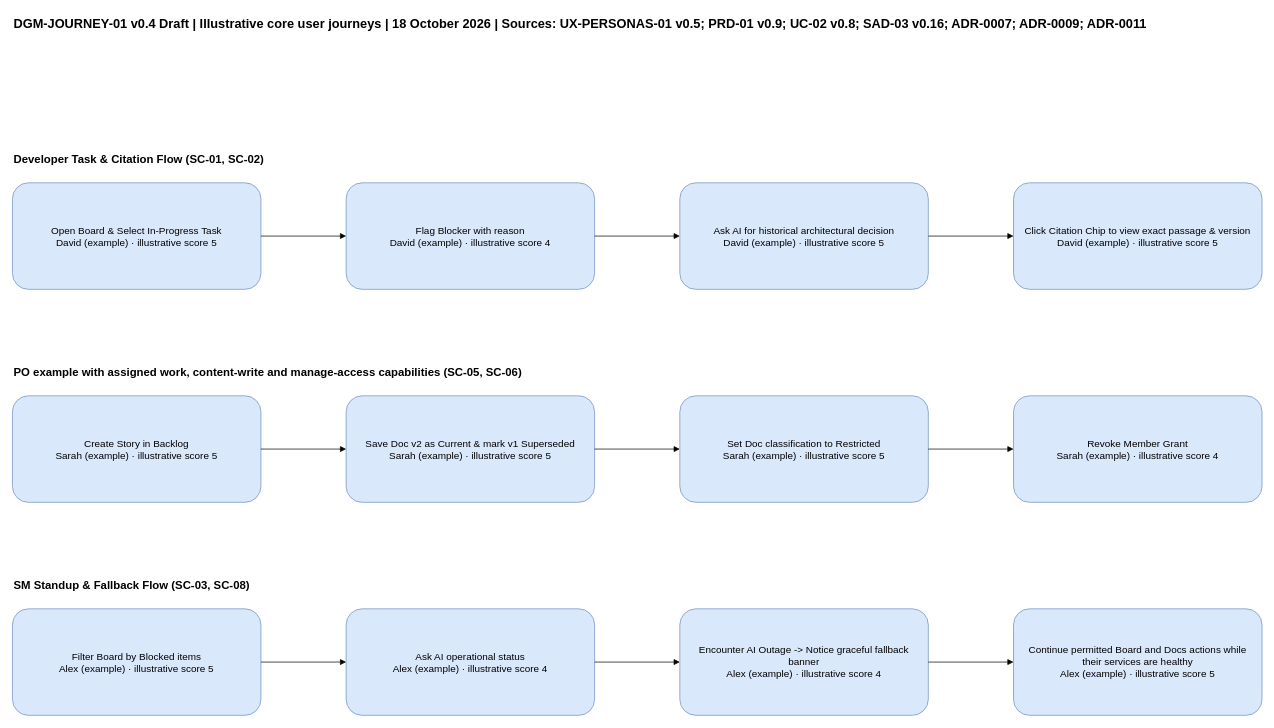
Above: docs/sdlc/diagrams/user-journey/core-user-journeys.drawio in 900M100CK/scrum-workspace-KMS-ai (draw.io), before the change. Source tidied: cells renumbered, new cells numbered last; positions are measured from the earlier drawing's top-left corner, leaving out a move shared by most shapes. Both pictures are drawn from the tidied source at 71%, with x=0, y=0 at pixel (12, 12).
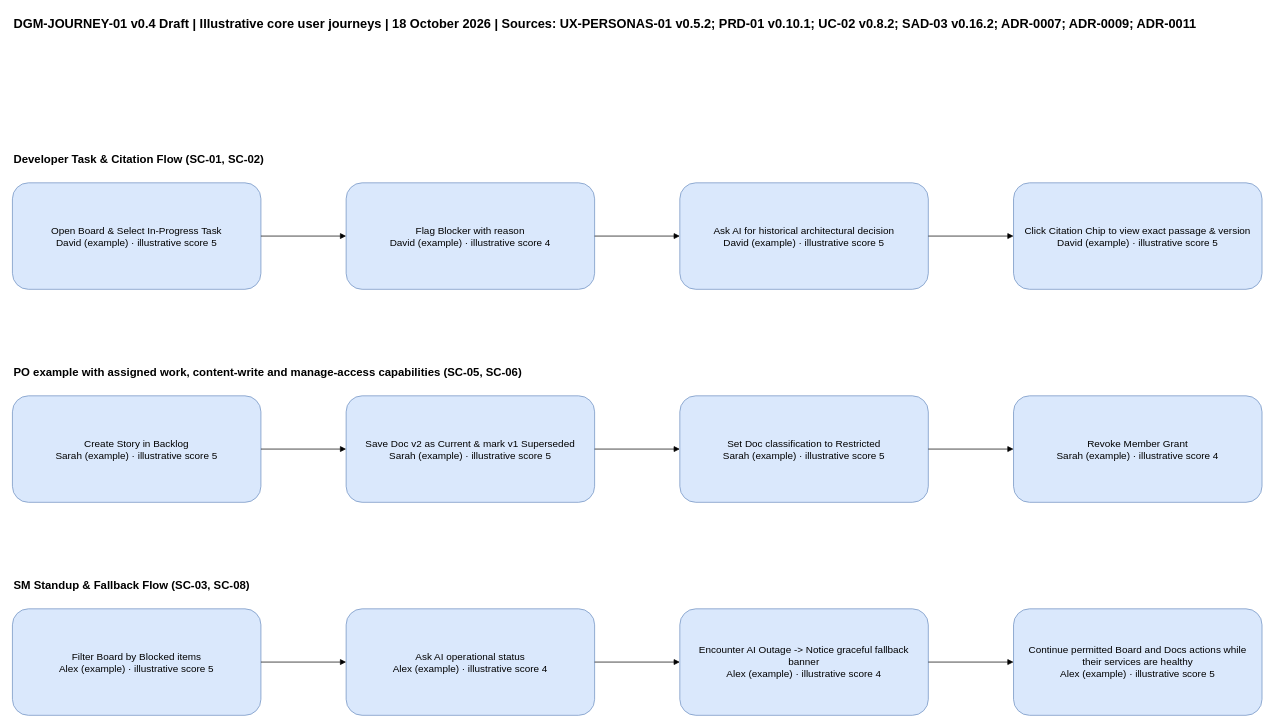
Above is the later version.

Change to the diagram source:
```diff
@@
-    <mxCell id="2" value="DGM-JOURNEY-01 v0.4 Draft | Illustrative core user journeys | 18 October 2026 | Sources: UX-PERSONAS-01 v0.5; PRD-01 v0.9; UC-02 v0.8; SAD-03 v0.16; ADR-0007; ADR-0009; ADR-0011" style="text;html=1;whiteSpace=wrap;fontSize=18;fontStyle=1;align=left;" parent="1" vertex="1">
+    <mxCell id="2" value="DGM-JOURNEY-01 v0.4 Draft | Illustrative core user journeys | 18 October 2026 | Sources: UX-PERSONAS-01 v0.5.2; PRD-01 v0.10.1; UC-02 v0.8.2; SAD-03 v0.16.2; ADR-0007; ADR-0009; ADR-0011" style="text;html=1;whiteSpace=wrap;fontSize=18;fontStyle=1;align=left;" parent="1" vertex="1">
       <mxGeometry width="1760" height="100" as="geometry" />
     </mxCell>
```
